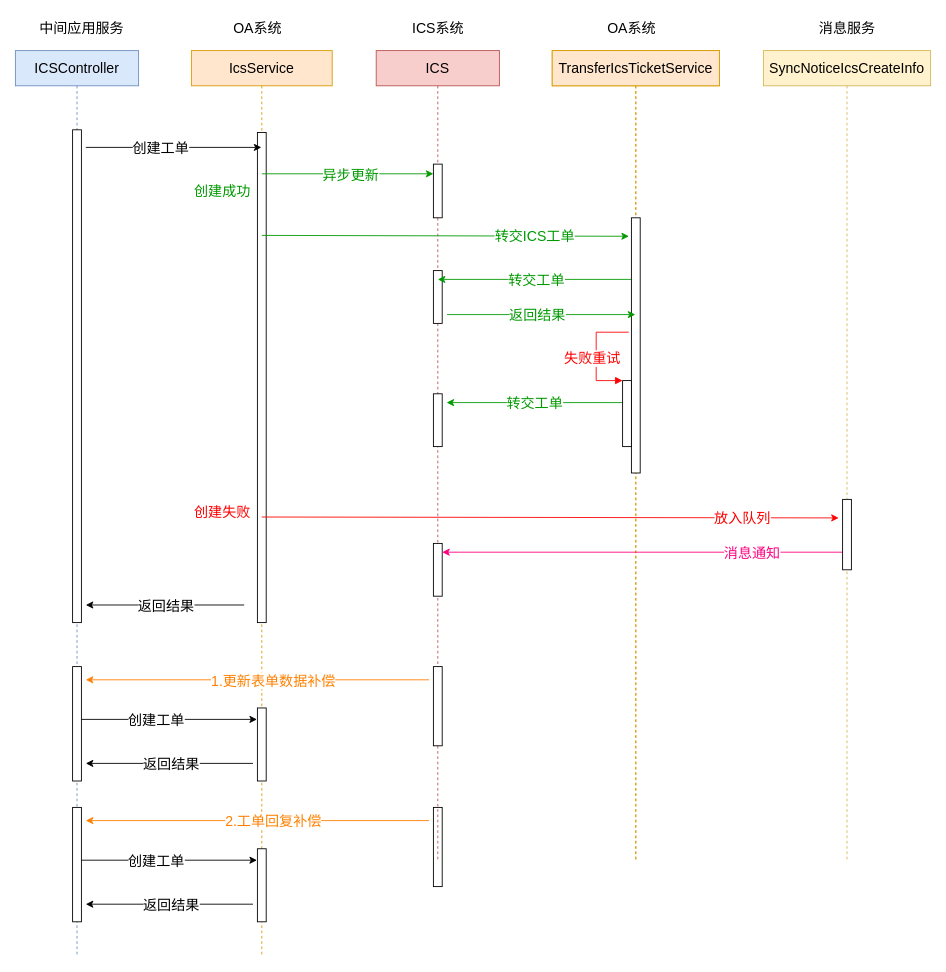
Above: page "ICS工单创建" (1 of 5) of work/工单系统业务交互.drawio in itzhanglg/technology-image (draw.io), before the change. Source tidied: cells renumbered, new cells numbered last; positions are measured from the earlier drawing's top-left corner, leaving out a move shared by most shapes. Both pictures are drawn from the tidied source at 88%, with x=0, y=0 at pixel (15, 15).
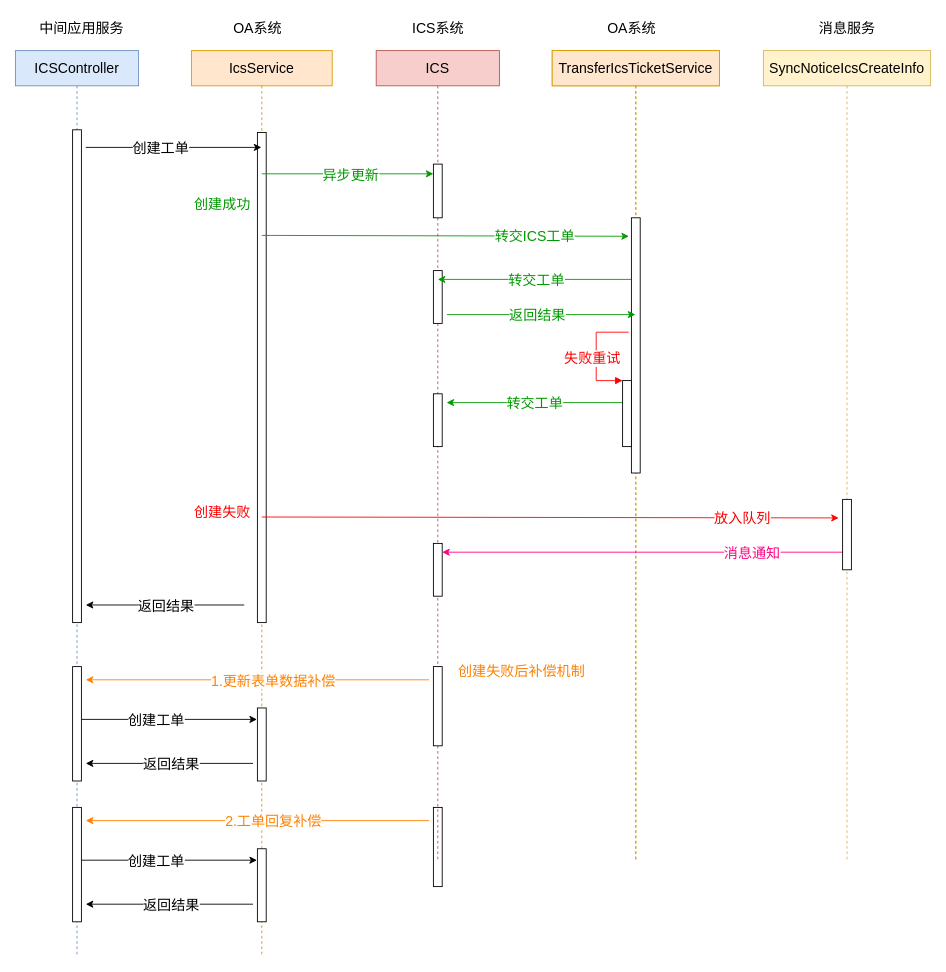
Above is the later version.

The change refers to these unchanged cells:
```xml
<mxCell id="7" value="IcsService" style="shape=umlLifeline;perimeter=lifelinePerimeter;whiteSpace=wrap;html=1;outlineConnect=0;fontSize=16;fillColor=#ffe6cc;strokeColor=#d79b00;" parent="1" vertex="1">
  <mxGeometry x="200" y="40" width="160" height="1030" as="geometry" />
</mxCell>
```

What changed in the source:
```diff
@@
     <mxCell id="9" value="创建成功" style="text;html=1;align=center;verticalAlign=middle;strokeColor=none;fillColor=none;fontSize=16;fontColor=#009900;" parent="7" vertex="1">
-      <mxGeometry x="-10" y="145" width="90" height="30" as="geometry" />
+      <mxGeometry x="-10" y="160" width="90" height="30" as="geometry" />
     </mxCell>
@@
+    <mxCell id="61" value="&lt;font color=&quot;#ff8000&quot;&gt;创建失败后补偿机制&lt;/font&gt;" style="text;html=1;align=center;verticalAlign=middle;strokeColor=none;fillColor=none;fontSize=16;fontColor=#009900;" parent="1" vertex="1">
+      <mxGeometry x="490" y="730" width="170" height="30" as="geometry" />
+    </mxCell>
```
